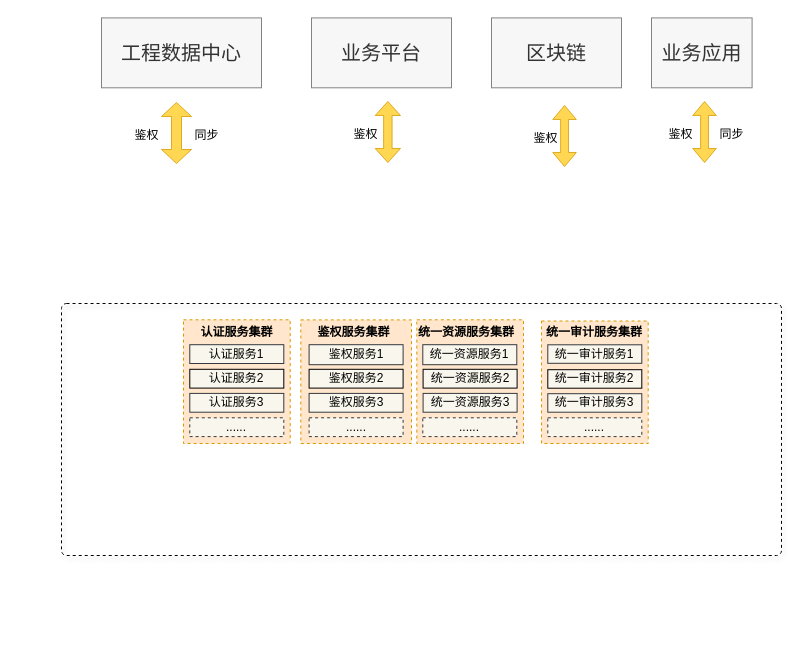
sun-beijixing/drawio keeps this draw.io diagram as page "第 1 页" (1 of 2) of 东庄信息化项目-统一权限管理1.drawio. Above is the earlier version. Source tidied: cells renumbered, new cells numbered last; positions are measured from the earlier drawing's top-left corner, leaving out a move shared by most shapes. Both pictures are drawn from the tidied source at 100%, with x=0, y=0 at pixel (61, 17).
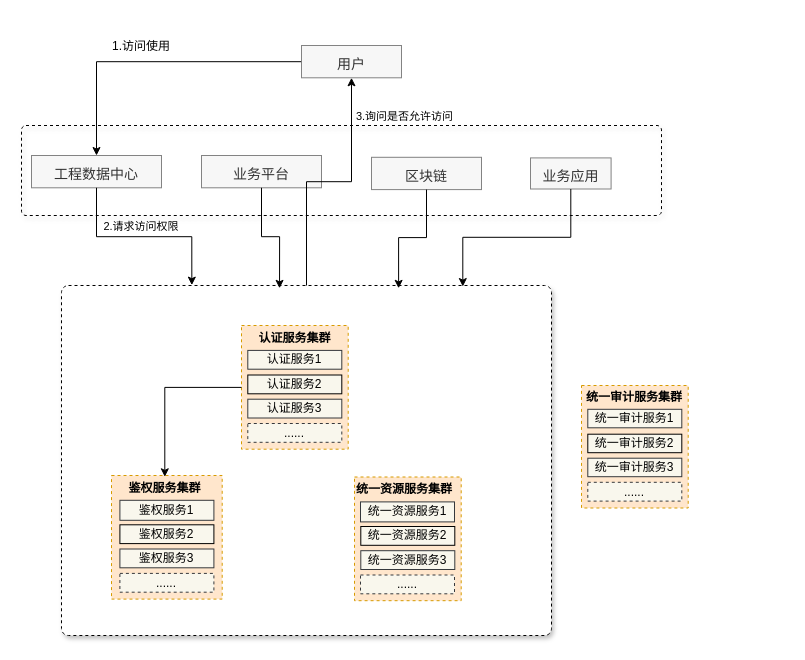
The same diagram, later.

Commit message (it also covers changes not shown here):
更新东庄信息化项目-统一权限管理1.drawio

The edit, as a diff of the source:
```diff
@@
+    <mxCell id="45" style="rounded=1;whiteSpace=wrap;html=1;shadow=1;fontSize=11;strokeWidth=1;fillColor=none;dashed=1;arcSize=5;" parent="1" vertex="1">
+      <mxGeometry x="-40" y="108" width="640" height="90" as="geometry" />
+    </mxCell>
-    <mxCell id="2" style="text;html=1;fillColor=none;align=center;verticalAlign=middle;whiteSpace=wrap;fontSize=54;fontStyle=1;shadow=1;rounded=1;glass=0;sketch=0;arcSize=2;dashed=1;strokeWidth=1;strokeColor=default;" parent="1" vertex="1">
-      <mxGeometry y="286" width="720" height="252" as="geometry" />
+    <mxCell id="2" style="text;html=1;fillColor=default;align=center;verticalAlign=middle;whiteSpace=wrap;fontSize=54;fontStyle=1;shadow=1;rounded=1;glass=0;sketch=0;arcSize=2;dashed=1;strokeWidth=1;strokeColor=default;" parent="1" vertex="1">
+      <mxGeometry y="268" width="490" height="350" as="geometry" />
     </mxCell>
+    <mxCell id="38" value="&lt;font style=&quot;font-size: 14px;&quot;&gt;业务平台&lt;/font&gt;" style="rounded=0;whiteSpace=wrap;html=1;shadow=0;glass=0;sketch=0;fontSize=20;fillColor=#f5f5f5;fontColor=#333333;strokeColor=#666666;opacity=80;" parent="1" vertex="1">
+      <mxGeometry x="140" y="138" width="120" height="32.3" as="geometry" />
+    </mxCell>
+    <mxCell id="39" value="&lt;font style=&quot;font-size: 14px;&quot;&gt;区块链&lt;/font&gt;" style="rounded=0;whiteSpace=wrap;html=1;shadow=0;glass=0;sketch=0;fontSize=20;fillColor=#f5f5f5;fontColor=#333333;strokeColor=#666666;opacity=80;" parent="1" vertex="1">
+      <mxGeometry x="310" y="139.8" width="110" height="32.3" as="geometry" />
+    </mxCell>
+    <mxCell id="40" value="&lt;font style=&quot;font-size: 14px;&quot;&gt;工程数据中心&lt;/font&gt;" style="rounded=0;whiteSpace=wrap;html=1;shadow=0;glass=0;sketch=0;fontSize=20;fillColor=#f5f5f5;fontColor=#333333;strokeColor=#666666;opacity=80;" parent="1" vertex="1">
+      <mxGeometry x="-30" y="138" width="130" height="32.3" as="geometry" />
+    </mxCell>
+    <mxCell id="41" value="&lt;font style=&quot;font-size: 14px;&quot;&gt;业务应用&lt;/font&gt;" style="rounded=0;whiteSpace=wrap;html=1;shadow=0;glass=0;sketch=0;fontSize=20;fillColor=#f5f5f5;fontColor=#333333;strokeColor=#666666;opacity=80;" parent="1" vertex="1">
+      <mxGeometry x="469" y="140.4" width="80.6" height="31.1" as="geometry" />
+    </mxCell>
+    <mxCell id="46" style="edgeStyle=orthogonalEdgeStyle;elbow=horizontal;endArrow=classic;html=1;rounded=0;jumpStyle=none;exitX=0.5;exitY=1;exitDx=0;exitDy=0;entryX=0.266;entryY=-0.001;entryDx=0;entryDy=0;entryPerimeter=0;" parent="1" edge="1" source="40" target="2">
+      <mxGeometry relative="1" as="geometry" />
+    </mxCell>
+    <mxCell id="47" style="edgeStyle=orthogonalEdgeStyle;elbow=horizontal;endArrow=classic;html=1;rounded=0;jumpStyle=none;exitX=0.5;exitY=1;exitDx=0;exitDy=0;entryX=0.445;entryY=0.008;entryDx=0;entryDy=0;entryPerimeter=0;" parent="1" edge="1" source="38" target="2">
+      <mxGeometry relative="1" as="geometry" />
+    </mxCell>
+    <mxCell id="48" style="edgeStyle=orthogonalEdgeStyle;elbow=horizontal;endArrow=classic;html=1;rounded=0;jumpStyle=none;exitX=0.5;exitY=1;exitDx=0;exitDy=0;entryX=0.688;entryY=0.008;entryDx=0;entryDy=0;entryPerimeter=0;" parent="1" edge="1" source="39" target="2">
+      <mxGeometry relative="1" as="geometry" />
+    </mxCell>
+    <mxCell id="49" style="edgeStyle=orthogonalEdgeStyle;elbow=horizontal;endArrow=classic;html=1;rounded=0;jumpStyle=none;exitX=0.5;exitY=1;exitDx=0;exitDy=0;entryX=0.819;entryY=0.003;entryDx=0;entryDy=0;entryPerimeter=0;" parent="1" edge="1" source="41" target="2">
+      <mxGeometry relative="1" as="geometry" />
+    </mxCell>
+    <mxCell id="50" style="group;" parent="1" vertex="1">
+      <mxGeometry x="520" y="368" width="106.7" height="122.5" as="geometry" />
+    </mxCell>
+    <mxCell id="21" style="rounded=0;whiteSpace=wrap;html=1;shadow=0;glass=0;sketch=0;fillColor=#ffe6cc;strokeColor=#d79b00;dashed=1;" parent="50" vertex="1">
+      <mxGeometry width="106.7" height="122.5" as="geometry" />
+    </mxCell>
+    <mxCell id="22" value="&lt;font style=&quot;font-size: 12px;&quot;&gt;&lt;b&gt;统一审计服务集群&lt;/b&gt;&lt;/font&gt;" style="text;html=1;strokeColor=none;fillColor=none;align=center;verticalAlign=middle;whiteSpace=wrap;rounded=0;shadow=1;fontSize=16;" parent="50" vertex="1">
+      <mxGeometry x="3.3" y="0.4" width="100" height="18.5" as="geometry" />
+    </mxCell>
+    <mxCell id="23" value="统一审计服务1" style="rounded=0;whiteSpace=wrap;html=1;shadow=0;fontSize=12;fillColor=#f9f7ed;strokeColor=#36393d;" parent="50" vertex="1">
+      <mxGeometry x="6.3" y="23.8" width="94" height="18.5" as="geometry" />
+    </mxCell>
+    <mxCell id="24" value="统一审计服务2" style="rounded=0;whiteSpace=wrap;html=1;shadow=0;fontSize=12;fillColor=#f9f7ed;strokeColor=default;" parent="50" vertex="1">
+      <mxGeometry x="6.3" y="48.7" width="94" height="18.5" as="geometry" />
+    </mxCell>
+    <mxCell id="25" value="统一审计服务3" style="rounded=0;whiteSpace=wrap;html=1;shadow=0;fontSize=12;fillColor=#f9f7ed;strokeColor=#36393d;" parent="50" vertex="1">
+      <mxGeometry x="6.3" y="72.7" width="94" height="18.5" as="geometry" />
+    </mxCell>
+    <mxCell id="26" value="......" style="rounded=0;whiteSpace=wrap;html=1;shadow=0;fontSize=12;fillColor=#f9f7ed;strokeColor=#36393d;dashed=1;verticalAlign=bottom;align=center;" parent="50" vertex="1">
+      <mxGeometry x="6.3" y="96.8" width="94" height="18.8" as="geometry" />
+    </mxCell>
+    <mxCell id="51" style="group;" parent="1" vertex="1">
+      <mxGeometry x="180" y="308" width="106.7" height="123.7" as="geometry" />
+    </mxCell>
-    <mxCell id="3" style="rounded=0;whiteSpace=wrap;html=1;shadow=0;glass=0;sketch=0;fillColor=#ffe6cc;strokeColor=#d79b00;dashed=1;" parent="2" vertex="1">
-      <mxGeometry x="122" y="16.3" width="106.7" height="123.7" as="geometry" />
+    <mxCell id="3" style="rounded=0;whiteSpace=wrap;html=1;shadow=0;glass=0;sketch=0;fillColor=#ffe6cc;strokeColor=#d79b00;dashed=1;" parent="51" vertex="1">
+      <mxGeometry width="106.7" height="123.7" as="geometry" />
     </mxCell>
-    <mxCell id="4" value="&lt;span style=&quot;font-size: 12px;&quot;&gt;&lt;b&gt;认证服务集群&lt;/b&gt;&lt;/span&gt;" style="text;html=1;strokeColor=none;fillColor=none;align=center;verticalAlign=middle;whiteSpace=wrap;rounded=0;shadow=1;fontSize=16;" parent="2" vertex="1">
-      <mxGeometry x="135.8" y="17.5" width="79" height="18.8" as="geometry" />
+    <mxCell id="4" value="&lt;span style=&quot;font-size: 12px;&quot;&gt;&lt;b&gt;认证服务集群&lt;/b&gt;&lt;/span&gt;" style="text;html=1;strokeColor=none;fillColor=none;align=center;verticalAlign=middle;whiteSpace=wrap;rounded=0;shadow=1;fontSize=16;" parent="51" vertex="1">
+      <mxGeometry x="13.8" y="1.2" width="79" height="18.8" as="geometry" />
     </mxCell>
-    <mxCell id="5" value="认证服务1" style="rounded=0;whiteSpace=wrap;html=1;shadow=0;fontSize=12;fillColor=#f9f7ed;strokeColor=#36393d;" parent="2" vertex="1">
-      <mxGeometry x="128.3" y="41.2" width="94" height="18.8" as="geometry" />
+    <mxCell id="5" value="认证服务1" style="rounded=0;whiteSpace=wrap;html=1;shadow=0;fontSize=12;fillColor=#f9f7ed;strokeColor=#36393d;" parent="51" vertex="1">
+      <mxGeometry x="6.3" y="24.9" width="94" height="18.8" as="geometry" />
     </mxCell>
-    <mxCell id="6" value="认证服务2" style="rounded=0;whiteSpace=wrap;html=1;shadow=0;fontSize=12;fillColor=#f9f7ed;strokeColor=default;" parent="2" vertex="1">
-      <mxGeometry x="128.3" y="65.8" width="94" height="18.8" as="geometry" />
+    <mxCell id="6" value="认证服务2" style="rounded=0;whiteSpace=wrap;html=1;shadow=0;fontSize=12;fillColor=#f9f7ed;strokeColor=default;" parent="51" vertex="1">
+      <mxGeometry x="6.3" y="49.5" width="94" height="18.8" as="geometry" />
     </mxCell>
-    <mxCell id="7" value="认证服务3" style="rounded=0;whiteSpace=wrap;html=1;shadow=0;fontSize=12;fillColor=#f9f7ed;strokeColor=#36393d;" parent="2" vertex="1">
-      <mxGeometry x="128.3" y="89.9" width="94" height="18.8" as="geometry" />
+    <mxCell id="7" value="认证服务3" style="rounded=0;whiteSpace=wrap;html=1;shadow=0;fontSize=12;fillColor=#f9f7ed;strokeColor=#36393d;" parent="51" vertex="1">
+      <mxGeometry x="6.3" y="73.7" width="94" height="18.8" as="geometry" />
     </mxCell>
-    <mxCell id="8" value="......" style="rounded=0;whiteSpace=wrap;html=1;shadow=0;fontSize=12;fillColor=#f9f7ed;strokeColor=#36393d;dashed=1;verticalAlign=bottom;align=center;" parent="2" vertex="1">
-      <mxGeometry x="128.3" y="114.3" width="94" height="18.8" as="geometry" />
+    <mxCell id="8" value="......" style="rounded=0;whiteSpace=wrap;html=1;shadow=0;fontSize=12;fillColor=#f9f7ed;strokeColor=#36393d;dashed=1;verticalAlign=bottom;align=center;" parent="51" vertex="1">
+      <mxGeometry x="6.3" y="98" width="94" height="18.8" as="geometry" />
     </mxCell>
+    <mxCell id="52" style="group;" parent="1" vertex="1">
+      <mxGeometry x="293" y="459.5" width="106.7" height="123.7" as="geometry" />
+    </mxCell>
+    <mxCell id="14" style="rounded=0;whiteSpace=wrap;html=1;shadow=0;glass=0;sketch=0;fillColor=#ffe6cc;strokeColor=#d79b00;dashed=1;" parent="52" vertex="1">
+      <mxGeometry width="106.7" height="123.7" as="geometry" />
+    </mxCell>
+    <mxCell id="15" value="&lt;font style=&quot;font-size: 12px;&quot;&gt;&lt;b&gt;统一资源服务集群&lt;/b&gt;&lt;/font&gt;" style="text;html=1;strokeColor=none;fillColor=none;align=center;verticalAlign=middle;whiteSpace=wrap;rounded=0;shadow=1;fontSize=16;" parent="52" vertex="1">
+      <mxGeometry y="1.2" width="100" height="18.8" as="geometry" />
+    </mxCell>
+    <mxCell id="16" value="统一资源服务1" style="rounded=0;whiteSpace=wrap;html=1;shadow=0;fontSize=12;fillColor=#f9f7ed;strokeColor=#36393d;" parent="52" vertex="1">
+      <mxGeometry x="6" y="24.9" width="94" height="20" as="geometry" />
+    </mxCell>
+    <mxCell id="17" value="统一资源服务2" style="rounded=0;whiteSpace=wrap;html=1;shadow=0;fontSize=12;fillColor=#f9f7ed;strokeColor=default;" parent="52" vertex="1">
+      <mxGeometry x="6.3" y="49.5" width="94" height="18.8" as="geometry" />
+    </mxCell>
+    <mxCell id="18" value="统一资源服务3" style="rounded=0;whiteSpace=wrap;html=1;shadow=0;fontSize=12;fillColor=#f9f7ed;strokeColor=#36393d;" parent="52" vertex="1">
+      <mxGeometry x="6.3" y="73.7" width="94" height="18.8" as="geometry" />
+    </mxCell>
+    <mxCell id="20" value="......" style="rounded=0;whiteSpace=wrap;html=1;shadow=0;fontSize=12;fillColor=#f9f7ed;strokeColor=#36393d;dashed=1;verticalAlign=bottom;align=center;" parent="52" vertex="1">
+      <mxGeometry x="6" y="98" width="94" height="18.8" as="geometry" />
+    </mxCell>
+    <mxCell id="53" style="group;" parent="1" vertex="1">
+      <mxGeometry x="50" y="458" width="110.7" height="123.6" as="geometry" />
+    </mxCell>
-    <mxCell id="9" style="rounded=0;whiteSpace=wrap;html=1;shadow=0;glass=0;sketch=0;fillColor=#ffe6cc;strokeColor=#d79b00;dashed=1;" parent="2" vertex="1">
-      <mxGeometry x="239.3" y="16.4" width="110.7" height="123.6" as="geometry" />
+    <mxCell id="9" style="rounded=0;whiteSpace=wrap;html=1;shadow=0;glass=0;sketch=0;fillColor=#ffe6cc;strokeColor=#d79b00;dashed=1;" parent="53" vertex="1">
+      <mxGeometry width="110.7" height="123.6" as="geometry" />
     </mxCell>
-    <mxCell id="10" value="&lt;font style=&quot;font-size: 12px;&quot;&gt;&lt;b&gt;鉴权服务集群&lt;/b&gt;&lt;/font&gt;" style="text;html=1;strokeColor=none;fillColor=none;align=center;verticalAlign=middle;whiteSpace=wrap;rounded=0;shadow=1;fontSize=16;" parent="2" vertex="1">
-      <mxGeometry x="253.1" y="17.7" width="79" height="18.8" as="geometry" />
+    <mxCell id="10" value="&lt;font style=&quot;font-size: 12px;&quot;&gt;&lt;b&gt;鉴权服务集群&lt;/b&gt;&lt;/font&gt;" style="text;html=1;strokeColor=none;fillColor=none;align=center;verticalAlign=middle;whiteSpace=wrap;rounded=0;shadow=1;fontSize=16;" parent="53" vertex="1">
+      <mxGeometry x="13.8" y="1.3" width="79" height="18.8" as="geometry" />
     </mxCell>
-    <mxCell id="11" value="鉴权服务1" style="rounded=0;whiteSpace=wrap;html=1;shadow=0;fontSize=12;fillColor=#f9f7ed;strokeColor=#36393d;" parent="2" vertex="1">
-      <mxGeometry x="247.6" y="41.2" width="94" height="20" as="geometry" />
+    <mxCell id="11" value="鉴权服务1" style="rounded=0;whiteSpace=wrap;html=1;shadow=0;fontSize=12;fillColor=#f9f7ed;strokeColor=#36393d;" parent="53" vertex="1">
+      <mxGeometry x="8.4" y="24.8" width="94" height="20" as="geometry" />
     </mxCell>
-    <mxCell id="12" value="鉴权服务2" style="rounded=0;whiteSpace=wrap;html=1;shadow=0;fontSize=12;fillColor=#f9f7ed;strokeColor=default;" parent="2" vertex="1">
-      <mxGeometry x="247.6" y="65.8" width="94" height="18.8" as="geometry" />
+    <mxCell id="12" value="鉴权服务2" style="rounded=0;whiteSpace=wrap;html=1;shadow=0;fontSize=12;fillColor=#f9f7ed;strokeColor=default;" parent="53" vertex="1">
+      <mxGeometry x="8.4" y="49.3" width="94" height="18.8" as="geometry" />
     </mxCell>
-    <mxCell id="13" value="鉴权服务3" style="rounded=0;whiteSpace=wrap;html=1;shadow=0;fontSize=12;fillColor=#f9f7ed;strokeColor=#36393d;" parent="2" vertex="1">
-      <mxGeometry x="247.6" y="89.9" width="94" height="18.8" as="geometry" />
+    <mxCell id="13" value="鉴权服务3" style="rounded=0;whiteSpace=wrap;html=1;shadow=0;fontSize=12;fillColor=#f9f7ed;strokeColor=#36393d;" parent="53" vertex="1">
+      <mxGeometry x="8.4" y="73.5" width="94" height="18.8" as="geometry" />
     </mxCell>
-    <mxCell id="14" style="rounded=0;whiteSpace=wrap;html=1;shadow=0;glass=0;sketch=0;fillColor=#ffe6cc;strokeColor=#d79b00;dashed=1;" parent="2" vertex="1">
-      <mxGeometry x="355.3" y="16.3" width="106.7" height="123.7" as="geometry" />
-    </mxCell>
-    <mxCell id="15" value="&lt;font style=&quot;font-size: 12px;&quot;&gt;&lt;b&gt;统一资源服务集群&lt;/b&gt;&lt;/font&gt;" style="text;html=1;strokeColor=none;fillColor=none;align=center;verticalAlign=middle;whiteSpace=wrap;rounded=0;shadow=1;fontSize=16;" parent="2" vertex="1">
-      <mxGeometry x="355.3" y="17.5" width="100" height="18.8" as="geometry" />
-    </mxCell>
-    <mxCell id="16" value="统一资源服务1" style="rounded=0;whiteSpace=wrap;html=1;shadow=0;fontSize=12;fillColor=#f9f7ed;strokeColor=#36393d;" parent="2" vertex="1">
-      <mxGeometry x="361.3" y="41.2" width="94" height="20" as="geometry" />
-    </mxCell>
-    <mxCell id="17" value="统一资源服务2" style="rounded=0;whiteSpace=wrap;html=1;shadow=0;fontSize=12;fillColor=#f9f7ed;strokeColor=default;" parent="2" vertex="1">
-      <mxGeometry x="361.6" y="65.8" width="94" height="18.8" as="geometry" />
-    </mxCell>
-    <mxCell id="18" value="统一资源服务3" style="rounded=0;whiteSpace=wrap;html=1;shadow=0;fontSize=12;fillColor=#f9f7ed;strokeColor=#36393d;" parent="2" vertex="1">
-      <mxGeometry x="361.6" y="89.9" width="94" height="18.8" as="geometry" />
-    </mxCell>
-    <mxCell id="19" value="......" style="rounded=0;whiteSpace=wrap;html=1;shadow=0;fontSize=12;fillColor=#f9f7ed;strokeColor=#36393d;dashed=1;verticalAlign=bottom;align=center;" parent="2" vertex="1">
-      <mxGeometry x="247.6" y="114.3" width="94" height="18.8" as="geometry" />
+    <mxCell id="19" value="......" style="rounded=0;whiteSpace=wrap;html=1;shadow=0;fontSize=12;fillColor=#f9f7ed;strokeColor=#36393d;dashed=1;verticalAlign=bottom;align=center;" parent="53" vertex="1">
+      <mxGeometry x="8.4" y="97.9" width="94" height="18.8" as="geometry" />
     </mxCell>
-    <mxCell id="20" value="......" style="rounded=0;whiteSpace=wrap;html=1;shadow=0;fontSize=12;fillColor=#f9f7ed;strokeColor=#36393d;dashed=1;verticalAlign=bottom;align=center;" parent="2" vertex="1">
-      <mxGeometry x="361.3" y="114.3" width="94" height="18.8" as="geometry" />
-    </mxCell>
-    <mxCell id="21" style="rounded=0;whiteSpace=wrap;html=1;shadow=0;glass=0;sketch=0;fillColor=#ffe6cc;strokeColor=#d79b00;dashed=1;" parent="2" vertex="1">
-      <mxGeometry x="480" y="17.5" width="106.7" height="122.5" as="geometry" />
-    </mxCell>
-    <mxCell id="22" value="&lt;font style=&quot;font-size: 12px;&quot;&gt;&lt;b&gt;统一审计服务集群&lt;/b&gt;&lt;/font&gt;" style="text;html=1;strokeColor=none;fillColor=none;align=center;verticalAlign=middle;whiteSpace=wrap;rounded=0;shadow=1;fontSize=16;" parent="2" vertex="1">
-      <mxGeometry x="483.3" y="18" width="100" height="18.5" as="geometry" />
-    </mxCell>
-    <mxCell id="23" value="统一审计服务1" style="rounded=0;whiteSpace=wrap;html=1;shadow=0;fontSize=12;fillColor=#f9f7ed;strokeColor=#36393d;" parent="2" vertex="1">
-      <mxGeometry x="486.3" y="41.3" width="94" height="18.5" as="geometry" />
-    </mxCell>
-    <mxCell id="24" value="统一审计服务2" style="rounded=0;whiteSpace=wrap;html=1;shadow=0;fontSize=12;fillColor=#f9f7ed;strokeColor=default;" parent="2" vertex="1">
-      <mxGeometry x="486.3" y="66.2" width="94" height="18.5" as="geometry" />
-    </mxCell>
-    <mxCell id="25" value="统一审计服务3" style="rounded=0;whiteSpace=wrap;html=1;shadow=0;fontSize=12;fillColor=#f9f7ed;strokeColor=#36393d;" parent="2" vertex="1">
-      <mxGeometry x="486.3" y="90.2" width="94" height="18.5" as="geometry" />
-    </mxCell>
-    <mxCell id="26" value="......" style="rounded=0;whiteSpace=wrap;html=1;shadow=0;fontSize=12;fillColor=#f9f7ed;strokeColor=#36393d;dashed=1;verticalAlign=bottom;align=center;" parent="2" vertex="1">
-      <mxGeometry x="486.3" y="114.3" width="94" height="18.8" as="geometry" />
-    </mxCell>
-    <mxCell id="27" style="group;" parent="1" vertex="1">
-      <mxGeometry x="60" y="85" width="110" height="61" as="geometry" />
-    </mxCell>
-    <mxCell id="28" style="shape=doubleArrow;direction=south;whiteSpace=wrap;html=1;fontSize=18;arrowWidth=0.3333333333333333;arrowSize=0.23;fillColor=#ffcd28;strokeColor=#d79b00;gradientColor=none;opacity=80;" parent="27" vertex="1">
-      <mxGeometry x="40" width="30" height="61" as="geometry" />
-    </mxCell>
-    <mxCell id="29" value="&lt;font style=&quot;font-size: 12px;&quot;&gt;鉴权&lt;/font&gt;" style="text;html=1;align=center;verticalAlign=middle;strokeColor=none;fillColor=none;fontSize=18;" parent="27" vertex="1">
-      <mxGeometry x="5" y="15.5" width="40" height="30" as="geometry" />
-    </mxCell>
-    <mxCell id="30" value="&lt;font style=&quot;font-size: 12px;&quot;&gt;同步&lt;/font&gt;" style="text;html=1;align=center;verticalAlign=middle;strokeColor=none;fillColor=none;fontSize=18;" parent="27" vertex="1">
-      <mxGeometry x="65" y="15.5" width="40" height="30" as="geometry" />
-    </mxCell>
-    <mxCell id="31" style="group;" parent="1" vertex="1">
-      <mxGeometry x="280" y="84" width="97" height="61" as="geometry" />
-    </mxCell>
-    <mxCell id="32" style="shape=doubleArrow;direction=south;whiteSpace=wrap;html=1;fontSize=18;arrowWidth=0.3333333333333333;arrowSize=0.23;fillColor=#ffcd28;strokeColor=#d79b00;gradientColor=none;opacity=80;" parent="31" vertex="1">
-      <mxGeometry x="33.7" width="25.3" height="61" as="geometry" />
-    </mxCell>
-    <mxCell id="33" value="&lt;font style=&quot;font-size: 12px;&quot;&gt;鉴权&lt;/font&gt;" style="text;html=1;align=center;verticalAlign=middle;strokeColor=none;fillColor=none;fontSize=18;" parent="31" vertex="1">
-      <mxGeometry x="4.2" y="15.5" width="40" height="30" as="geometry" />
-    </mxCell>
-    <mxCell id="34" style="group;" parent="1" vertex="1">
-      <mxGeometry x="600" y="84" width="90" height="61" as="geometry" />
-    </mxCell>
-    <mxCell id="35" style="shape=doubleArrow;direction=south;whiteSpace=wrap;html=1;fontSize=18;arrowWidth=0.3333333333333333;arrowSize=0.23;fillColor=#ffcd28;strokeColor=#d79b00;gradientColor=none;opacity=80;" parent="34" vertex="1">
-      <mxGeometry x="31.3" width="23.5" height="61" as="geometry" />
-    </mxCell>
-    <mxCell id="36" value="&lt;font style=&quot;font-size: 12px;&quot;&gt;鉴权&lt;/font&gt;" style="text;html=1;align=center;verticalAlign=middle;strokeColor=none;fillColor=none;fontSize=18;" parent="34" vertex="1">
-      <mxGeometry x="-1.1" y="15.5" width="40" height="30" as="geometry" />
-    </mxCell>
-    <mxCell id="37" value="&lt;font style=&quot;font-size: 12px;&quot;&gt;同步&lt;/font&gt;" style="text;html=1;align=center;verticalAlign=middle;strokeColor=none;fillColor=none;fontSize=18;" parent="34" vertex="1">
-      <mxGeometry x="49.9" y="15.5" width="40" height="30" as="geometry" />
-    </mxCell>
-    <mxCell id="38" value="业务平台" style="rounded=0;whiteSpace=wrap;html=1;shadow=0;glass=0;sketch=0;fontSize=20;fillColor=#f5f5f5;fontColor=#333333;strokeColor=#666666;opacity=80;" parent="1" vertex="1">
-      <mxGeometry x="250" y="0.4" width="140" height="69.9" as="geometry" />
-    </mxCell>
-    <mxCell id="39" value="区块链" style="rounded=0;whiteSpace=wrap;html=1;shadow=0;glass=0;sketch=0;fontSize=20;fillColor=#f5f5f5;fontColor=#333333;strokeColor=#666666;opacity=80;" parent="1" vertex="1">
-      <mxGeometry x="430" y="0.4" width="130" height="69.9" as="geometry" />
-    </mxCell>
-    <mxCell id="40" value="工程数据中心" style="rounded=0;whiteSpace=wrap;html=1;shadow=0;glass=0;sketch=0;fontSize=20;fillColor=#f5f5f5;fontColor=#333333;strokeColor=#666666;opacity=80;" parent="1" vertex="1">
-      <mxGeometry x="40" y="0.4" width="160" height="69.9" as="geometry" />
-    </mxCell>
-    <mxCell id="41" value="业务应用" style="rounded=0;whiteSpace=wrap;html=1;shadow=0;glass=0;sketch=0;fontSize=20;fillColor=#f5f5f5;fontColor=#333333;strokeColor=#666666;opacity=80;" parent="1" vertex="1">
-      <mxGeometry x="590" y="0.4" width="100.6" height="69.9" as="geometry" />
-    </mxCell>
-    <mxCell id="42" style="group;" parent="1" vertex="1">
-      <mxGeometry x="460" y="88" width="90" height="61" as="geometry" />
-    </mxCell>
-    <mxCell id="43" style="shape=doubleArrow;direction=south;whiteSpace=wrap;html=1;fontSize=18;arrowWidth=0.3333333333333333;arrowSize=0.23;fillColor=#ffcd28;strokeColor=#d79b00;gradientColor=none;opacity=80;" parent="42" vertex="1">
-      <mxGeometry x="31.3" width="23.5" height="61" as="geometry" />
-    </mxCell>
-    <mxCell id="44" value="&lt;font style=&quot;font-size: 12px;&quot;&gt;鉴权&lt;/font&gt;" style="text;html=1;align=center;verticalAlign=middle;strokeColor=none;fillColor=none;fontSize=18;" parent="42" vertex="1">
-      <mxGeometry x="3.9" y="15.5" width="40" height="30" as="geometry" />
-    </mxCell>
+    <mxCell id="54" style="edgeStyle=orthogonalEdgeStyle;rounded=0;jumpStyle=none;jettySize=auto;html=1;fontSize=14;" parent="1" edge="1" source="3" target="10">
+      <mxGeometry relative="1" as="geometry" />
+    </mxCell>
+    <mxCell id="55" style="edgeStyle=orthogonalEdgeStyle;rounded=0;jumpStyle=none;jettySize=auto;html=1;entryX=0.5;entryY=0;entryDx=0;entryDy=0;fontSize=14;" parent="1" edge="1" source="56" target="40">
+      <mxGeometry relative="1" as="geometry" />
+    </mxCell>
+    <mxCell id="56" value="&lt;font style=&quot;font-size: 14px;&quot;&gt;用户&lt;/font&gt;" style="rounded=0;whiteSpace=wrap;html=1;shadow=0;glass=0;sketch=0;fontSize=20;fillColor=#f5f5f5;fontColor=#333333;strokeColor=#666666;opacity=80;" parent="1" vertex="1">
+      <mxGeometry x="240" y="28" width="100" height="32.3" as="geometry" />
+    </mxCell>
+    <mxCell id="57" value="&lt;font style=&quot;font-size: 12px;&quot;&gt;1.访问使用&lt;/font&gt;" style="text;html=1;strokeColor=none;fillColor=none;align=center;verticalAlign=middle;whiteSpace=wrap;rounded=0;shadow=1;fontSize=14;" parent="1" vertex="1">
+      <mxGeometry x="40" y="18" width="80" height="20" as="geometry" />
+    </mxCell>
+    <mxCell id="58" value="&lt;font style=&quot;font-size: 11px;&quot;&gt;2.请求访问权限&lt;/font&gt;" style="text;html=1;strokeColor=none;fillColor=none;align=center;verticalAlign=middle;whiteSpace=wrap;rounded=0;shadow=1;fontSize=14;" parent="1" vertex="1">
+      <mxGeometry x="35" y="198" width="90" height="20" as="geometry" />
+    </mxCell>
+    <mxCell id="59" style="edgeStyle=orthogonalEdgeStyle;elbow=horizontal;endArrow=classic;html=1;rounded=0;jumpStyle=none;entryX=0.5;entryY=1;entryDx=0;entryDy=0;" parent="1" edge="1" source="2" target="56">
+      <mxGeometry relative="1" as="geometry" />
+    </mxCell>
+    <mxCell id="60" value="&lt;font style=&quot;font-size: 11px;&quot;&gt;3.询问是否允许访问&lt;/font&gt;" style="text;html=1;strokeColor=none;fillColor=none;align=center;verticalAlign=middle;whiteSpace=wrap;rounded=0;shadow=1;fontSize=14;" parent="1" vertex="1">
+      <mxGeometry x="286.7" y="88" width="113.3" height="20" as="geometry" />
+    </mxCell>
```
